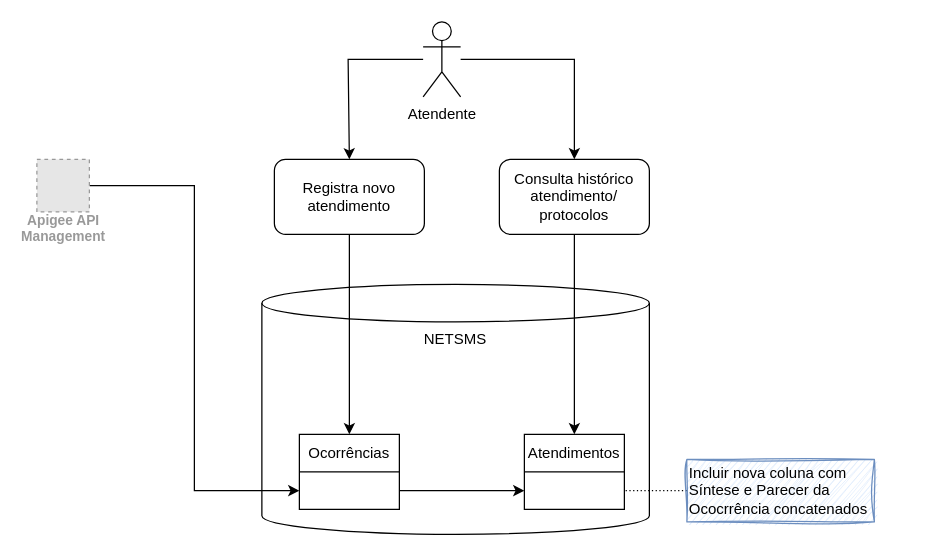
samirali/ClaroBrasil keeps this draw.io diagram as 113963 - RGC765 (Atendimento) - Síntese de Atendimento.drawio. Above is the earlier version. Source tidied: cells renumbered, new cells numbered last; positions are measured from the earlier drawing's top-left corner, leaving out a move shared by most shapes. Both pictures are drawn from the tidied source at 125%, with x=0, y=0 at pixel (36, 21). Pictures stored in the file or linked from it are replaced by grey dashed boxes.
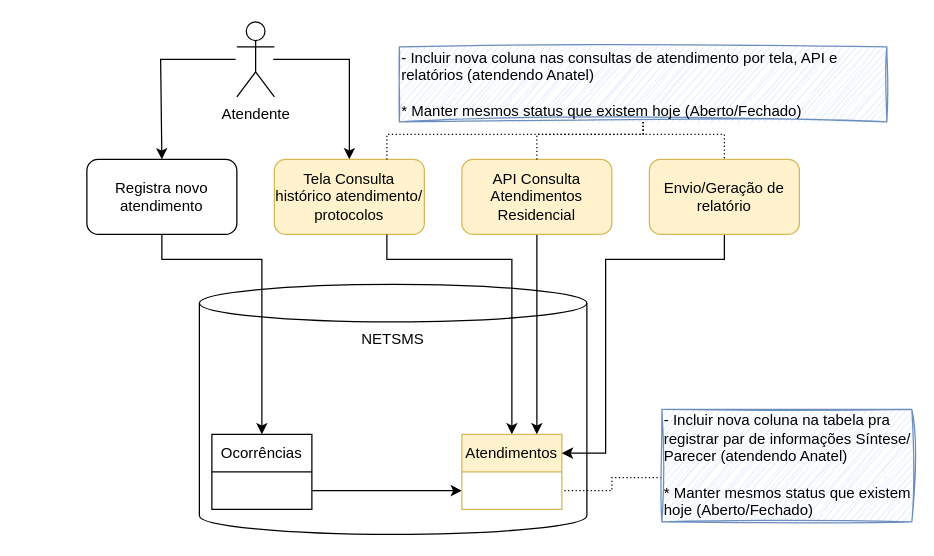
After the change.

Diff of the diagram source:
```diff
@@
     <mxCell id="2" value="NETSMS" style="shape=cylinder3;whiteSpace=wrap;html=1;boundedLbl=1;backgroundOutline=1;size=15;verticalAlign=top;" parent="1" vertex="1">
-      <mxGeometry x="180" y="210" width="310" height="200" as="geometry" />
+      <mxGeometry x="130" y="210" width="310" height="200" as="geometry" />
     </mxCell>
     <mxCell id="3" value="Registra novo atendimento" style="rounded=1;whiteSpace=wrap;html=1;" parent="1" vertex="1">
-      <mxGeometry x="190" y="110" width="120" height="60" as="geometry" />
+      <mxGeometry x="40" y="110" width="120" height="60" as="geometry" />
     </mxCell>
-    <mxCell id="4" style="edgeStyle=orthogonalEdgeStyle;rounded=0;jettySize=auto;html=1;entryX=0.5;entryY=0;entryDx=0;entryDy=0;" parent="1" edge="1" source="6" target="8">
-      <mxGeometry relative="1" as="geometry" />
+    <mxCell id="4" style="edgeStyle=orthogonalEdgeStyle;rounded=0;jettySize=auto;html=1;entryX=0.5;entryY=0;entryDx=0;entryDy=0;" parent="1" edge="1" target="8">
+      <mxGeometry relative="1" as="geometry">
+        <mxPoint x="189" y="30" as="sourcePoint" />
+        <Array as="points">
+          <mxPoint x="250" y="30" />
+        </Array>
+      </mxGeometry>
     </mxCell>
-    <mxCell id="5" style="edgeStyle=orthogonalEdgeStyle;rounded=0;jettySize=auto;html=1;entryX=0.5;entryY=0;entryDx=0;entryDy=0;" parent="1" edge="1" source="6" target="3">
+    <mxCell id="5" style="edgeStyle=orthogonalEdgeStyle;rounded=0;jettySize=auto;html=1;entryX=0.5;entryY=0;entryDx=0;entryDy=0;" parent="1" edge="1" target="3">
       <mxGeometry relative="1" as="geometry">
+        <mxPoint x="159" y="30" as="sourcePoint" />
         <Array as="points">
-          <mxPoint x="249" y="30" />
+          <mxPoint x="99" y="30" />
         </Array>
       </mxGeometry>
     </mxCell>
     <mxCell id="6" value="Atendente" style="shape=umlActor;verticalLabelPosition=bottom;verticalAlign=top;html=1;outlineConnect=0;" parent="1" vertex="1">
-      <mxGeometry x="309" width="30" height="60" as="geometry" />
+      <mxGeometry x="160" width="30" height="60" as="geometry" />
     </mxCell>
     <mxCell id="7" style="edgeStyle=orthogonalEdgeStyle;rounded=0;jettySize=auto;html=1;entryX=0.5;entryY=0;entryDx=0;entryDy=0;" parent="1" edge="1" source="3" target="13">
-      <mxGeometry relative="1" as="geometry" />
+      <mxGeometry relative="1" as="geometry">
+        <Array as="points">
+          <mxPoint x="100" y="190" />
+          <mxPoint x="180" y="190" />
+        </Array>
+      </mxGeometry>
     </mxCell>
-    <mxCell id="8" value="Consulta histórico atendimento/ protocolos" style="rounded=1;whiteSpace=wrap;html=1;" parent="1" vertex="1">
-      <mxGeometry x="370" y="110" width="120" height="60" as="geometry" />
+    <mxCell id="8" value="Tela Consulta histórico atendimento/ protocolos" style="rounded=1;whiteSpace=wrap;html=1;fillColor=#fff2cc;strokeColor=#d6b656;" parent="1" vertex="1">
+      <mxGeometry x="190" y="110" width="120" height="60" as="geometry" />
     </mxCell>
     <mxCell id="9" style="edgeStyle=orthogonalEdgeStyle;rounded=0;jettySize=auto;html=1;entryX=0.5;entryY=0;entryDx=0;entryDy=0;" parent="1" edge="1" source="8" target="14">
-      <mxGeometry relative="1" as="geometry" />
+      <mxGeometry relative="1" as="geometry">
+        <Array as="points">
+          <mxPoint x="280" y="190" />
+          <mxPoint x="380" y="190" />
+        </Array>
+      </mxGeometry>
     </mxCell>
-    <mxCell id="10" style="edgeStyle=orthogonalEdgeStyle;rounded=0;jettySize=auto;html=1;entryX=1;entryY=0.75;entryDx=0;entryDy=0;endArrow=none;endFill=0;dashed=1;dashPattern=1 2;" parent="1" edge="1" source="11" target="14">
-      <mxGeometry relative="1" as="geometry" />
+    <mxCell id="10" style="edgeStyle=orthogonalEdgeStyle;rounded=0;jettySize=auto;html=1;entryX=1;entryY=0.75;entryDx=0;entryDy=0;endArrow=none;endFill=0;dashed=1;dashPattern=1 2;exitX=-0.002;exitY=0.607;exitDx=0;exitDy=0;exitPerimeter=0;" parent="1" edge="1" source="17" target="14">
+      <mxGeometry relative="1" as="geometry">
+        <Array as="points">
+          <mxPoint x="460" y="365" />
+          <mxPoint x="460" y="375" />
+        </Array>
+      </mxGeometry>
     </mxCell>
-    <mxCell id="11" value="Incluir nova coluna com Síntese e Parecer da Ococrrência concatenados" style="text;html=1;align=left;verticalAlign=middle;whiteSpace=wrap;rounded=0;fillColor=#dae8fc;strokeColor=#6c8ebf;sketch=1;curveFitting=1;jiggle=2;" parent="1" vertex="1">
-      <mxGeometry x="520" y="350" width="150" height="50" as="geometry" />
-    </mxCell>
@@
     <mxCell id="13" value="Ocorrências" style="swimlane;fontStyle=0;horizontal=1;startSize=30;whiteSpace=wrap;html=1;" parent="1" vertex="1">
-      <mxGeometry x="210" y="330" width="80" height="60" as="geometry" />
+      <mxGeometry x="140" y="330" width="80" height="60" as="geometry" />
     </mxCell>
-    <mxCell id="14" value="Atendimentos" style="swimlane;fontStyle=0;horizontal=1;startSize=30;whiteSpace=wrap;html=1;" parent="1" vertex="1">
-      <mxGeometry x="390" y="330" width="80" height="60" as="geometry" />
+    <mxCell id="14" value="Atendimentos" style="swimlane;fontStyle=0;horizontal=1;startSize=30;whiteSpace=wrap;html=1;fillColor=#fff2cc;strokeColor=#d6b656;" parent="1" vertex="1">
+      <mxGeometry x="340" y="330" width="80" height="60" as="geometry" />
     </mxCell>
-    <mxCell id="15" style="edgeStyle=orthogonalEdgeStyle;rounded=0;jettySize=auto;html=1;entryX=0;entryY=0.75;entryDx=0;entryDy=0;" parent="1" edge="1" source="16" target="13">
-      <mxGeometry relative="1" as="geometry" />
+    <mxCell id="15" style="edgeStyle=orthogonalEdgeStyle;rounded=0;jettySize=auto;html=1;entryX=0.75;entryY=0;entryDx=0;entryDy=0;exitX=0.5;exitY=1;exitDx=0;exitDy=0;" parent="1" edge="1" source="18" target="14">
+      <mxGeometry relative="1" as="geometry">
+        <Array as="points">
+          <mxPoint x="400" y="180" />
+          <mxPoint x="400" y="180" />
+        </Array>
+      </mxGeometry>
     </mxCell>
-    <mxCell id="16" value="Apigee API&#10;Management" style="fillColor=#E6E6E6;strokeColor=#999999;dashed=1;html=1;verticalAlign=top;labelPosition=center;verticalLabelPosition=bottom;align=center;spacingTop=-6;fontSize=11;fontStyle=1;fontColor=#999999;" parent="1" vertex="1">
-      <mxGeometry y="110" width="42" height="42" as="geometry" />
-    </mxCell>
+    <mxCell id="17" value="&lt;span style=&quot;background-color: initial;&quot;&gt;- Incluir nova coluna na tabela pra registrar par de informações Síntese/ Parecer (atendendo Anatel)&lt;/span&gt;&lt;div&gt;&lt;br&gt;&lt;/div&gt;&lt;div&gt;* Manter mesmos status que existem hoje (Aberto/Fechado)&lt;/div&gt;" style="text;html=1;align=left;verticalAlign=middle;whiteSpace=wrap;rounded=0;fillColor=#dae8fc;strokeColor=#6c8ebf;sketch=1;curveFitting=1;jiggle=2;" parent="1" vertex="1">
+      <mxGeometry x="500" y="310" width="200" height="90" as="geometry" />
+    </mxCell>
+    <mxCell id="18" value="API Consulta Atendimentos Residencial" style="rounded=1;whiteSpace=wrap;html=1;fillColor=#fff2cc;strokeColor=#d6b656;" parent="1" vertex="1">
+      <mxGeometry x="340" y="110" width="120" height="60" as="geometry" />
+    </mxCell>
+    <mxCell id="19" style="edgeStyle=orthogonalEdgeStyle;rounded=0;jettySize=auto;html=1;entryX=1;entryY=0.25;entryDx=0;entryDy=0;" parent="1" edge="1" source="20" target="14">
+      <mxGeometry relative="1" as="geometry">
+        <Array as="points">
+          <mxPoint x="550" y="190" />
+          <mxPoint x="455" y="190" />
+          <mxPoint x="455" y="345" />
+        </Array>
+      </mxGeometry>
+    </mxCell>
+    <mxCell id="20" value="Envio/Geração de relatório" style="rounded=1;whiteSpace=wrap;html=1;fillColor=#fff2cc;strokeColor=#d6b656;" parent="1" vertex="1">
+      <mxGeometry x="490" y="110" width="120" height="60" as="geometry" />
+    </mxCell>
+    <mxCell id="21" style="edgeStyle=orthogonalEdgeStyle;rounded=0;jettySize=auto;html=1;entryX=0.5;entryY=0;entryDx=0;entryDy=0;dashed=1;dashPattern=1 2;endArrow=none;endFill=0;" parent="1" edge="1" source="23" target="18">
+      <mxGeometry relative="1" as="geometry">
+        <Array as="points">
+          <mxPoint x="485" y="90" />
+          <mxPoint x="400" y="90" />
+        </Array>
+      </mxGeometry>
+    </mxCell>
+    <mxCell id="22" style="edgeStyle=orthogonalEdgeStyle;rounded=0;jettySize=auto;html=1;entryX=0.5;entryY=0;entryDx=0;entryDy=0;dashed=1;dashPattern=1 2;endArrow=none;endFill=0;" parent="1" edge="1" source="23" target="20">
+      <mxGeometry relative="1" as="geometry">
+        <Array as="points">
+          <mxPoint x="485" y="90" />
+          <mxPoint x="550" y="90" />
+        </Array>
+      </mxGeometry>
+    </mxCell>
+    <mxCell id="23" value="&lt;span style=&quot;background-color: initial;&quot;&gt;- Incluir nova coluna nas consultas de atendimento por tela, API e relatórios (atendendo Anatel)&lt;/span&gt;&lt;div&gt;&lt;br&gt;&lt;/div&gt;&lt;div&gt;* Manter mesmos status que existem hoje (Aberto/Fechado)&lt;/div&gt;" style="text;html=1;align=left;verticalAlign=middle;whiteSpace=wrap;rounded=0;fillColor=#dae8fc;strokeColor=#6c8ebf;sketch=1;curveFitting=1;jiggle=2;" parent="1" vertex="1">
+      <mxGeometry x="290" y="20" width="390" height="60" as="geometry" />
+    </mxCell>
+    <mxCell id="24" style="edgeStyle=orthogonalEdgeStyle;rounded=0;jettySize=auto;html=1;entryX=0.75;entryY=0;entryDx=0;entryDy=0;endArrow=none;endFill=0;dashed=1;dashPattern=1 2;exitX=0.5;exitY=1;exitDx=0;exitDy=0;" parent="1" edge="1" source="23" target="8">
+      <mxGeometry relative="1" as="geometry">
+        <Array as="points">
+          <mxPoint x="485" y="90" />
+          <mxPoint x="280" y="90" />
+        </Array>
+      </mxGeometry>
+    </mxCell>
```
